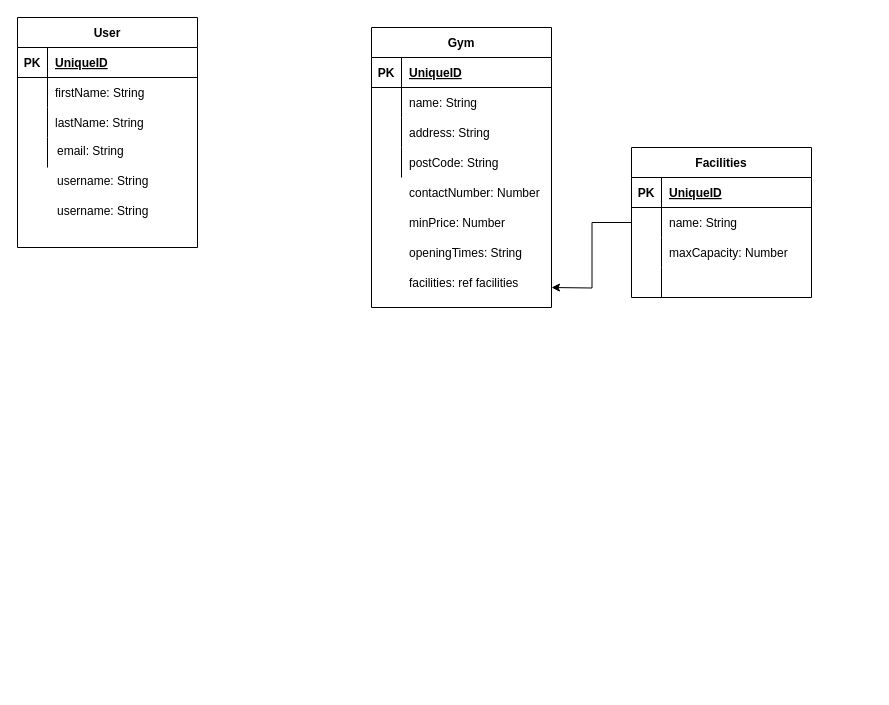
This is Untitled Diagram.drawio from PDUBB3/gym-guru, a draw.io file, before an edit. Source tidied: cells renumbered, new cells numbered last; positions are measured from the earlier drawing's top-left corner, leaving out a move shared by most shapes. Both pictures are drawn from the tidied source at 100%, with x=0, y=0 at pixel (17, 17).
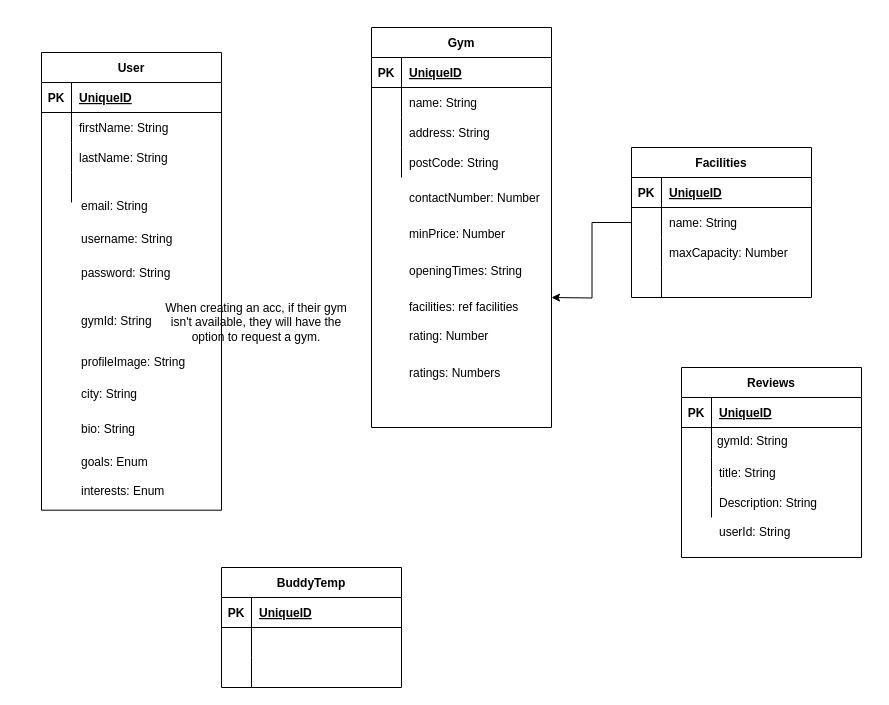
After the change.

Unchanged cells that the change refers to:
```xml
<mxCell id="21" value="Facilities" style="shape=table;startSize=30;childLayout=tableLayout;rowLines=0;fontStyle=1;align=center;" parent="1" vertex="1">
  <mxGeometry x="614" y="130" width="180" height="150" as="geometry" />
</mxCell>
```

Diff of the diagram source:
```diff
@@
     <mxCell id="2" style="group;" parent="1" vertex="1">
-      <mxGeometry x="354" y="10" width="180" height="280" as="geometry" />
+      <mxGeometry x="354" y="10" width="180" height="400" as="geometry" />
     </mxCell>
     <mxCell id="3" value="Gym" style="shape=table;startSize=30;childLayout=tableLayout;rowLines=0;fontStyle=1;align=center;" parent="2" vertex="1">
-      <mxGeometry width="180" height="280" as="geometry" />
+      <mxGeometry width="180" height="400" as="geometry" />
     </mxCell>
@@
     <mxCell id="16" value="contactNumber: Number" style="shape=partialRectangle;fillColor=none;top=0;left=0;bottom=0;right=0;align=left;spacingLeft=6;overflow=hidden;" parent="2" vertex="1">
-      <mxGeometry x="30" y="150" width="150" height="30" as="geometry" />
+      <mxGeometry x="30" y="151.8" width="150" height="36.4" as="geometry" />
     </mxCell>
     <mxCell id="17" value="minPrice: Number" style="shape=partialRectangle;fillColor=none;top=0;left=0;bottom=0;right=0;align=left;spacingLeft=6;overflow=hidden;" parent="2" vertex="1">
-      <mxGeometry x="30" y="180" width="150" height="30" as="geometry" />
+      <mxGeometry x="30" y="188.2" width="150" height="36.4" as="geometry" />
     </mxCell>
     <mxCell id="18" value="openingTimes: String" style="shape=partialRectangle;fillColor=none;top=0;left=0;bottom=0;right=0;align=left;spacingLeft=6;overflow=hidden;" parent="2" vertex="1">
-      <mxGeometry x="30" y="210" width="150" height="30" as="geometry" />
+      <mxGeometry x="30" y="224.6" width="150" height="36.4" as="geometry" />
     </mxCell>
     <mxCell id="19" value="facilities: ref facilities" style="shape=partialRectangle;fillColor=none;top=0;left=0;bottom=0;right=0;align=left;spacingLeft=6;overflow=hidden;" parent="2" vertex="1">
-      <mxGeometry x="30" y="240" width="150" height="30" as="geometry" />
+      <mxGeometry x="30" y="261.1" width="150" height="36.4" as="geometry" />
     </mxCell>
+    <mxCell id="51" value="rating: Number" style="shape=partialRectangle;fillColor=none;top=0;left=0;bottom=0;right=0;align=left;spacingLeft=6;overflow=hidden;" parent="2" vertex="1">
+      <mxGeometry x="30" y="290" width="150" height="36.4" as="geometry" />
+    </mxCell>
+    <mxCell id="52" value="ratings: Numbers" style="shape=partialRectangle;fillColor=none;top=0;left=0;bottom=0;right=0;align=left;spacingLeft=6;overflow=hidden;" parent="2" vertex="1">
+      <mxGeometry x="30" y="326.4" width="150" height="36.4" as="geometry" />
+    </mxCell>
     <mxCell id="20" style="edgeStyle=orthogonalEdgeStyle;rounded=0;jettySize=auto;html=1;" parent="1" edge="1" source="21">
       <mxGeometry relative="1" as="geometry">
-        <mxPoint x="534" y="270" as="targetPoint" />
+        <mxPoint x="534" y="280" as="targetPoint" />
       </mxGeometry>
     </mxCell>
@@
     <mxCell id="34" style="group;" parent="1" vertex="1">
-      <mxGeometry width="194" height="230" as="geometry" />
+      <mxGeometry x="24" y="35" width="194" height="493.7" as="geometry" />
     </mxCell>
+    <mxCell id="53" value="interests: Enum" style="text;html=1;strokeColor=none;fillColor=none;align=left;verticalAlign=top;spacingLeft=4;spacingRight=4;whiteSpace=wrap;overflow=hidden;" parent="34" vertex="1">
+      <mxGeometry x="34" y="425" width="160" height="68.7" as="geometry" />
+    </mxCell>
+    <mxCell id="54" style="group;" parent="34" vertex="1">
+      <mxGeometry width="194" height="465" as="geometry" />
+    </mxCell>
-    <mxCell id="35" value="User" style="shape=table;startSize=30;childLayout=tableLayout;rowLines=0;fontStyle=1;align=center;" parent="34" vertex="1">
-      <mxGeometry width="180" height="230" as="geometry" />
+    <mxCell id="35" value="User" style="shape=table;startSize=30;childLayout=tableLayout;rowLines=0;fontStyle=1;align=center;" parent="54" vertex="1">
+      <mxGeometry width="180" height="457.7" as="geometry" />
     </mxCell>
@@
-    <mxCell id="48" value="email: String" style="text;html=1;strokeColor=none;fillColor=none;align=left;verticalAlign=top;spacingLeft=4;spacingRight=4;whiteSpace=wrap;overflow=hidden;" parent="34" vertex="1">
-      <mxGeometry x="34" y="120" width="160" height="39.9" as="geometry" />
+    <mxCell id="48" value="email: String" style="text;html=1;strokeColor=none;fillColor=none;align=left;verticalAlign=top;spacingLeft=4;spacingRight=4;whiteSpace=wrap;overflow=hidden;" parent="54" vertex="1">
+      <mxGeometry x="34" y="139.5" width="160" height="68.7" as="geometry" />
     </mxCell>
-    <mxCell id="49" value="username: String" style="text;html=1;strokeColor=none;fillColor=none;align=left;verticalAlign=top;spacingLeft=4;spacingRight=4;whiteSpace=wrap;overflow=hidden;" parent="34" vertex="1">
-      <mxGeometry x="34" y="150" width="160" height="39.9" as="geometry" />
+    <mxCell id="49" value="username: String" style="text;html=1;strokeColor=none;fillColor=none;align=left;verticalAlign=top;spacingLeft=4;spacingRight=4;whiteSpace=wrap;overflow=hidden;" parent="54" vertex="1">
+      <mxGeometry x="34" y="173" width="160" height="68.7" as="geometry" />
     </mxCell>
-    <mxCell id="50" value="username: String" style="text;html=1;strokeColor=none;fillColor=none;align=left;verticalAlign=top;spacingLeft=4;spacingRight=4;whiteSpace=wrap;overflow=hidden;" parent="34" vertex="1">
-      <mxGeometry x="34" y="180" width="160" height="39.9" as="geometry" />
+    <mxCell id="50" value="password: String" style="text;html=1;strokeColor=none;fillColor=none;align=left;verticalAlign=top;spacingLeft=4;spacingRight=4;whiteSpace=wrap;overflow=hidden;" parent="54" vertex="1">
+      <mxGeometry x="34" y="206.5" width="160" height="68.7" as="geometry" />
     </mxCell>
+    <mxCell id="55" value="gymId: String" style="text;html=1;strokeColor=none;fillColor=none;align=left;verticalAlign=top;spacingLeft=4;spacingRight=4;whiteSpace=wrap;overflow=hidden;" parent="54" vertex="1">
+      <mxGeometry x="34" y="255" width="160" height="68.7" as="geometry" />
+    </mxCell>
+    <mxCell id="56" value="profileImage: String" style="text;html=1;strokeColor=none;fillColor=none;align=left;verticalAlign=top;spacingLeft=4;spacingRight=4;whiteSpace=wrap;overflow=hidden;" parent="54" vertex="1">
+      <mxGeometry x="34" y="295.8" width="160" height="68.7" as="geometry" />
+    </mxCell>
+    <mxCell id="57" value="city: String" style="text;html=1;strokeColor=none;fillColor=none;align=left;verticalAlign=top;spacingLeft=4;spacingRight=4;whiteSpace=wrap;overflow=hidden;" parent="54" vertex="1">
+      <mxGeometry x="34" y="327.6" width="160" height="68.7" as="geometry" />
+    </mxCell>
+    <mxCell id="58" value="bio: String" style="text;html=1;strokeColor=none;fillColor=none;align=left;verticalAlign=top;spacingLeft=4;spacingRight=4;whiteSpace=wrap;overflow=hidden;" parent="54" vertex="1">
+      <mxGeometry x="34" y="362.8" width="160" height="68.7" as="geometry" />
+    </mxCell>
+    <mxCell id="59" value="goals: Enum" style="text;html=1;strokeColor=none;fillColor=none;align=left;verticalAlign=top;spacingLeft=4;spacingRight=4;whiteSpace=wrap;overflow=hidden;" parent="54" vertex="1">
+      <mxGeometry x="34" y="396.3" width="160" height="68.7" as="geometry" />
+    </mxCell>
+    <mxCell id="60" value="When creating an acc, if their gym isn't available, they will have the option to request a gym." style="text;html=1;strokeColor=none;fillColor=none;align=center;verticalAlign=middle;whiteSpace=wrap;rounded=0;" parent="1" vertex="1">
+      <mxGeometry x="144" y="280" width="190" height="50" as="geometry" />
+    </mxCell>
+    <mxCell id="61" value="BuddyTemp" style="shape=table;startSize=30;childLayout=tableLayout;rowLines=0;fontStyle=1;align=center;" parent="1" vertex="1">
+      <mxGeometry x="204" y="550" width="180" height="120" as="geometry" />
+    </mxCell>
+    <mxCell id="62" style="shape=partialRectangle;fillColor=none;top=0;left=0;bottom=1;right=0;" parent="61" vertex="1">
+      <mxGeometry y="30" width="180" height="30" as="geometry" />
+    </mxCell>
+    <mxCell id="63" value="PK" style="shape=partialRectangle;fillColor=none;top=0;left=0;bottom=0;right=0;fontStyle=1;overflow=hidden;" parent="62" vertex="1">
+      <mxGeometry width="30" height="30" as="geometry" />
+    </mxCell>
+    <mxCell id="64" value="UniqueID" style="shape=partialRectangle;fillColor=none;top=0;left=0;bottom=0;right=0;align=left;spacingLeft=6;fontStyle=5;overflow=hidden;" parent="62" vertex="1">
+      <mxGeometry x="30" width="150" height="30" as="geometry" />
+    </mxCell>
+    <mxCell id="65" style="shape=partialRectangle;fillColor=none;top=0;left=0;bottom=0;right=0;" parent="61" vertex="1">
+      <mxGeometry y="60" width="180" height="30" as="geometry" />
+    </mxCell>
+    <mxCell id="66" style="shape=partialRectangle;fillColor=none;top=0;left=0;bottom=0;right=0;overflow=hidden;" parent="65" vertex="1">
+      <mxGeometry width="30" height="30" as="geometry" />
+    </mxCell>
+    <mxCell id="67" style="shape=partialRectangle;fillColor=none;top=0;left=0;bottom=0;right=0;align=left;spacingLeft=6;overflow=hidden;" parent="65" vertex="1">
+      <mxGeometry x="30" width="150" height="30" as="geometry" />
+    </mxCell>
+    <mxCell id="68" style="shape=partialRectangle;fillColor=none;top=0;left=0;bottom=0;right=0;" parent="61" vertex="1">
+      <mxGeometry y="90" width="180" height="30" as="geometry" />
+    </mxCell>
+    <mxCell id="69" style="shape=partialRectangle;fillColor=none;top=0;left=0;bottom=0;right=0;overflow=hidden;" parent="68" vertex="1">
+      <mxGeometry width="30" height="30" as="geometry" />
+    </mxCell>
+    <mxCell id="70" style="shape=partialRectangle;fillColor=none;top=0;left=0;bottom=0;right=0;align=left;spacingLeft=6;overflow=hidden;" parent="68" vertex="1">
+      <mxGeometry x="30" width="150" height="30" as="geometry" />
+    </mxCell>
+    <mxCell id="71" value="Reviews" style="shape=table;startSize=30;childLayout=tableLayout;rowLines=0;fontStyle=1;align=center;" parent="1" vertex="1">
+      <mxGeometry x="664" y="350" width="180" height="190" as="geometry" />
+    </mxCell>
+    <mxCell id="72" style="shape=partialRectangle;fillColor=none;top=0;left=0;bottom=1;right=0;" parent="71" vertex="1">
+      <mxGeometry y="30" width="180" height="30" as="geometry" />
+    </mxCell>
+    <mxCell id="73" value="PK" style="shape=partialRectangle;fillColor=none;top=0;left=0;bottom=0;right=0;fontStyle=1;overflow=hidden;" parent="72" vertex="1">
+      <mxGeometry width="30" height="30" as="geometry" />
+    </mxCell>
+    <mxCell id="74" value="UniqueID" style="shape=partialRectangle;fillColor=none;top=0;left=0;bottom=0;right=0;align=left;spacingLeft=6;fontStyle=5;overflow=hidden;" parent="72" vertex="1">
+      <mxGeometry x="30" width="150" height="30" as="geometry" />
+    </mxCell>
+    <mxCell id="75" style="shape=partialRectangle;fillColor=none;top=0;left=0;bottom=0;right=0;" parent="71" vertex="1">
+      <mxGeometry y="60" width="180" height="30" as="geometry" />
+    </mxCell>
+    <mxCell id="76" style="shape=partialRectangle;fillColor=none;top=0;left=0;bottom=0;right=0;overflow=hidden;" parent="75" vertex="1">
+      <mxGeometry width="30" height="30" as="geometry" />
+    </mxCell>
+    <mxCell id="77" style="shape=partialRectangle;fillColor=none;top=0;left=0;bottom=0;right=0;align=left;spacingLeft=6;overflow=hidden;" parent="75" vertex="1">
+      <mxGeometry x="30" width="150" height="30" as="geometry" />
+    </mxCell>
+    <mxCell id="78" style="shape=partialRectangle;fillColor=none;top=0;left=0;bottom=0;right=0;" parent="71" vertex="1">
+      <mxGeometry y="90" width="180" height="30" as="geometry" />
+    </mxCell>
+    <mxCell id="79" style="shape=partialRectangle;fillColor=none;top=0;left=0;bottom=0;right=0;overflow=hidden;" parent="78" vertex="1">
+      <mxGeometry width="30" height="30" as="geometry" />
+    </mxCell>
+    <mxCell id="80" value="title: String" style="shape=partialRectangle;fillColor=none;top=0;left=0;bottom=0;right=0;align=left;spacingLeft=6;overflow=hidden;" parent="78" vertex="1">
+      <mxGeometry x="30" width="150" height="30" as="geometry" />
+    </mxCell>
+    <mxCell id="81" style="shape=partialRectangle;fillColor=none;top=0;left=0;bottom=0;right=0;" parent="71" vertex="1">
+      <mxGeometry y="120" width="180" height="30" as="geometry" />
+    </mxCell>
+    <mxCell id="82" style="shape=partialRectangle;fillColor=none;top=0;left=0;bottom=0;right=0;overflow=hidden;" parent="81" vertex="1">
+      <mxGeometry width="30" height="30" as="geometry" />
+    </mxCell>
+    <mxCell id="83" value="Description: String" style="shape=partialRectangle;fillColor=none;top=0;left=0;bottom=0;right=0;align=left;spacingLeft=6;overflow=hidden;" parent="81" vertex="1">
+      <mxGeometry x="30" width="150" height="30" as="geometry" />
+    </mxCell>
+    <mxCell id="84" value="gymId: String" style="text;html=1;strokeColor=none;fillColor=none;align=left;verticalAlign=top;spacingLeft=4;spacingRight=4;whiteSpace=wrap;overflow=hidden;" parent="1" vertex="1">
+      <mxGeometry x="694" y="410" width="160" height="68.7" as="geometry" />
+    </mxCell>
+    <mxCell id="85" value="userId: String" style="shape=partialRectangle;fillColor=none;top=0;left=0;bottom=0;right=0;align=left;spacingLeft=6;overflow=hidden;" parent="1" vertex="1">
+      <mxGeometry x="694" y="498.7" width="150" height="30" as="geometry" />
+    </mxCell>
```
